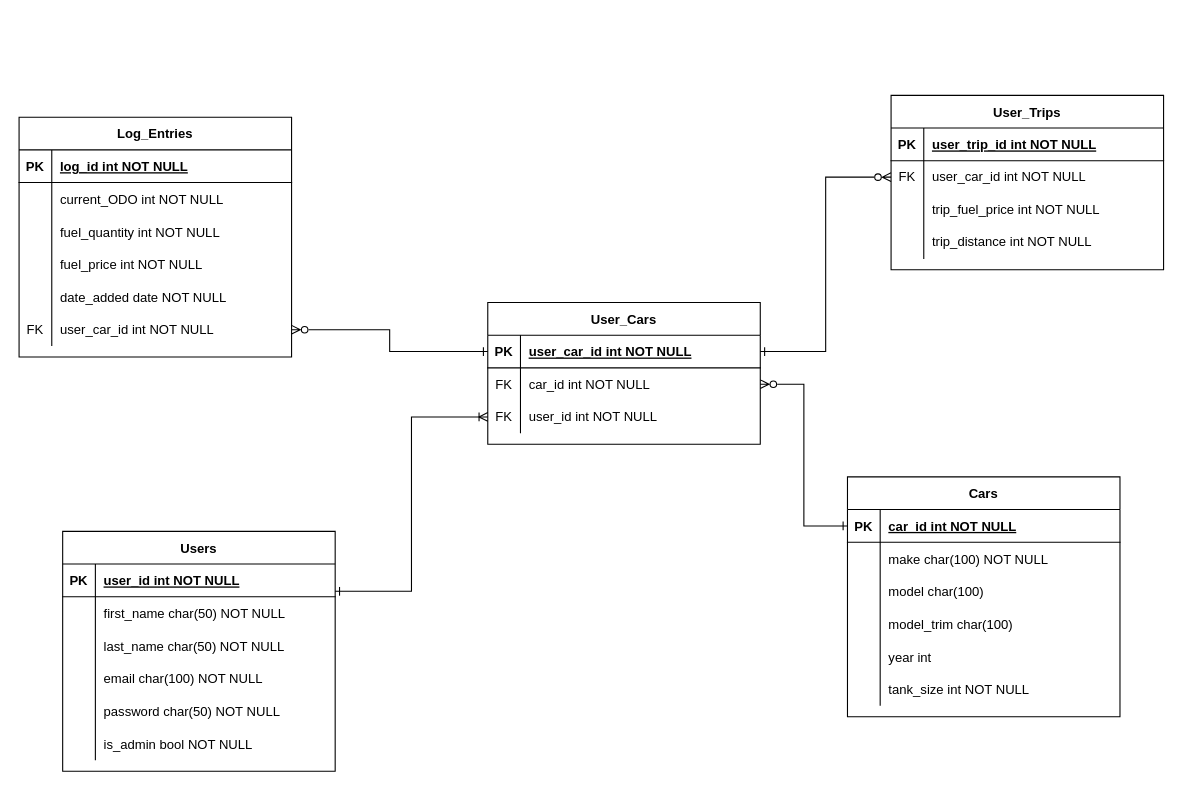
This is Fuel-log-API-ERD.drawio from jordansaker/ERDs, a draw.io file, before an edit. Source tidied: cells renumbered, new cells numbered last; positions are measured from the earlier drawing's top-left corner, leaving out a move shared by most shapes. Both pictures are drawn from the tidied source at 109%, with x=0, y=0 at pixel (19, 95).
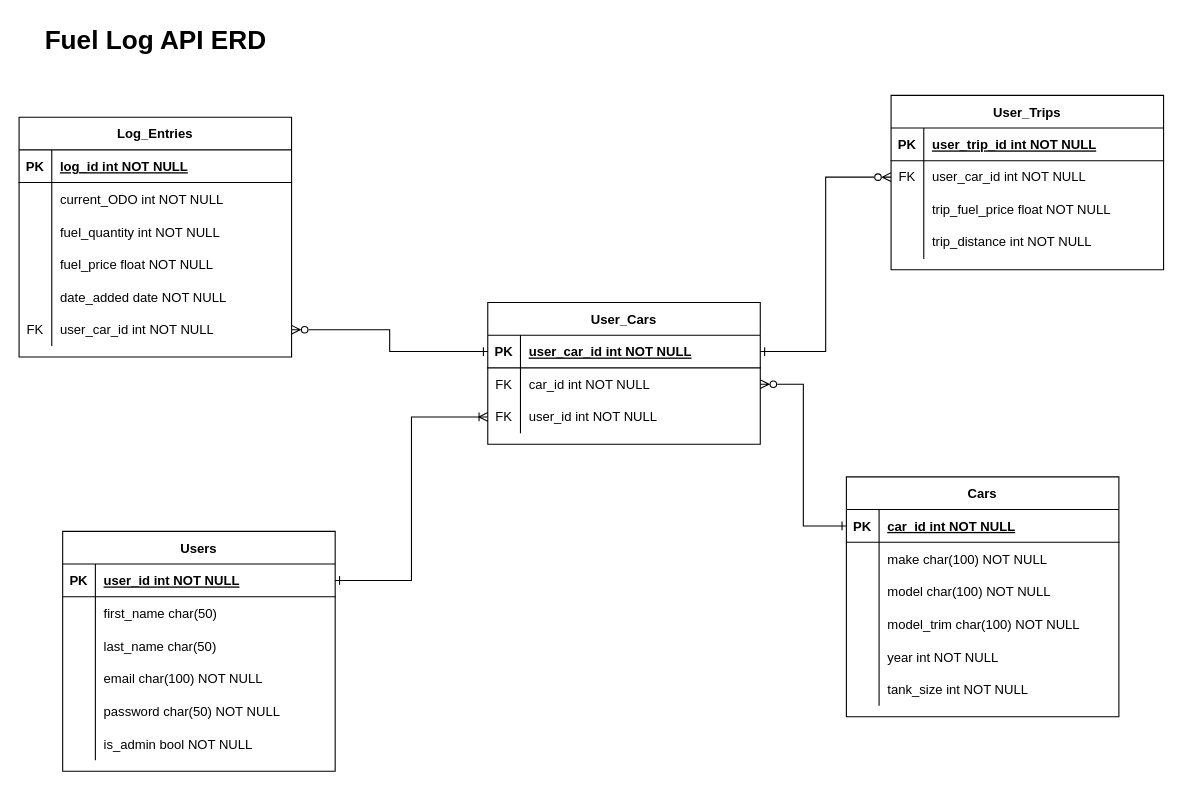
After the change.

The change refers to these unchanged cells:
```xml
<mxCell id="9" style="shape=tableRow;horizontal=0;startSize=0;swimlaneHead=0;swimlaneBody=0;fillColor=none;top=0;left=0;right=0;bottom=0;" parent="2" vertex="1">
  <mxGeometry y="90" width="250" height="30" as="geometry" />
</mxCell>
<mxCell id="12" style="shape=tableRow;horizontal=0;startSize=0;swimlaneHead=0;swimlaneBody=0;fillColor=none;top=0;left=0;right=0;bottom=0;" parent="2" vertex="1">
  <mxGeometry y="120" width="250" height="30" as="geometry" />
</mxCell>
<mxCell id="15" style="shape=tableRow;horizontal=0;startSize=0;swimlaneHead=0;swimlaneBody=0;fillColor=none;top=0;left=0;right=0;bottom=0;" parent="2" vertex="1">
  <mxGeometry y="150" width="250" height="30" as="geometry" />
</mxCell>
<mxCell id="28" style="shape=tableRow;horizontal=0;startSize=0;swimlaneHead=0;swimlaneBody=0;fillColor=none;points=[[0,0.5],[1,0.5]];portConstraint=eastwest;top=0;left=0;right=0;bottom=0;" parent="21" vertex="1">
  <mxGeometry y="90" width="250" height="30" as="geometry" />
</mxCell>
<mxCell id="31" value="Users" style="shape=table;startSize=30;childLayout=tableLayout;rowLines=0;fontStyle=1;align=center;" parent="1" vertex="1">
  <mxGeometry x="40" y="400" width="250" height="220" as="geometry" />
</mxCell>
<mxCell id="32" style="shape=partialRectangle;fillColor=none;points=[[0,0.5],[1,0.5]];portConstraint=eastwest;top=0;left=0;right=0;bottom=1;" parent="31" vertex="1">
  <mxGeometry y="30" width="250" height="30" as="geometry" />
</mxCell>
<mxCell id="35" style="shape=partialRectangle;fillColor=none;top=0;left=0;right=0;bottom=0;" parent="31" vertex="1">
  <mxGeometry y="60" width="250" height="30" as="geometry" />
</mxCell>
<mxCell id="38" style="shape=tableRow;horizontal=0;startSize=0;swimlaneHead=0;swimlaneBody=0;fillColor=none;top=0;left=0;right=0;bottom=0;" parent="31" vertex="1">
  <mxGeometry y="90" width="250" height="30" as="geometry" />
</mxCell>
<mxCell id="60" style="shape=tableRow;horizontal=0;startSize=0;swimlaneHead=0;swimlaneBody=0;fillColor=none;top=0;left=0;right=0;bottom=0;" parent="50" vertex="1">
  <mxGeometry y="120" width="250" height="30" as="geometry" />
</mxCell>
<mxCell id="76" style="shape=tableRow;horizontal=0;startSize=0;swimlaneHead=0;swimlaneBody=0;fillColor=none;top=0;left=0;right=0;bottom=0;" parent="69" vertex="1">
  <mxGeometry y="90" width="250" height="30" as="geometry" />
</mxCell>
```

Diff of the diagram source:
```diff
@@
     <mxCell id="2" value="Cars" style="shape=table;startSize=30;childLayout=tableLayout;rowLines=0;fontStyle=1;align=center;" parent="1" vertex="1">
-      <mxGeometry x="760" y="350" width="250" height="220" as="geometry" />
+      <mxGeometry x="759" y="350" width="250" height="220" as="geometry" />
     </mxCell>
@@
-    <mxCell id="11" value="model char(100)" style="shape=partialRectangle;fillColor=none;top=0;left=0;bottom=0;right=0;align=left;spacingLeft=6;overflow=hidden;" parent="9" vertex="1">
+    <mxCell id="11" value="model char(100) NOT NULL" style="shape=partialRectangle;fillColor=none;top=0;left=0;bottom=0;right=0;align=left;spacingLeft=6;overflow=hidden;" parent="9" vertex="1">
       <mxGeometry x="30" width="220" height="30" as="geometry" />
     </mxCell>
@@
-    <mxCell id="14" value="model_trim char(100)" style="shape=partialRectangle;fillColor=none;top=0;left=0;bottom=0;right=0;align=left;spacingLeft=6;overflow=hidden;" parent="12" vertex="1">
+    <mxCell id="14" value="model_trim char(100) NOT NULL" style="shape=partialRectangle;fillColor=none;top=0;left=0;bottom=0;right=0;align=left;spacingLeft=6;overflow=hidden;" parent="12" vertex="1">
       <mxGeometry x="30" width="220" height="30" as="geometry" />
     </mxCell>
@@
-    <mxCell id="17" value="year int" style="shape=partialRectangle;fillColor=none;top=0;left=0;bottom=0;right=0;align=left;spacingLeft=6;overflow=hidden;" parent="15" vertex="1">
+    <mxCell id="17" value="year int NOT NULL" style="shape=partialRectangle;fillColor=none;top=0;left=0;bottom=0;right=0;align=left;spacingLeft=6;overflow=hidden;" parent="15" vertex="1">
       <mxGeometry x="30" width="220" height="30" as="geometry" />
     </mxCell>
@@
-    <mxCell id="37" value="first_name char(50) NOT NULL" style="shape=partialRectangle;overflow=hidden;fillColor=none;top=0;left=0;bottom=0;right=0;align=left;spacingLeft=6;" parent="35" vertex="1">
+    <mxCell id="37" value="first_name char(50)" style="shape=partialRectangle;overflow=hidden;fillColor=none;top=0;left=0;bottom=0;right=0;align=left;spacingLeft=6;" parent="35" vertex="1">
       <mxGeometry x="30" width="220" height="30" as="geometry" />
     </mxCell>
@@
-    <mxCell id="40" value="last_name char(50) NOT NULL" style="shape=partialRectangle;fillColor=none;top=0;left=0;bottom=0;right=0;align=left;spacingLeft=6;overflow=hidden;" parent="38" vertex="1">
+    <mxCell id="40" value="last_name char(50)" style="shape=partialRectangle;fillColor=none;top=0;left=0;bottom=0;right=0;align=left;spacingLeft=6;overflow=hidden;" parent="38" vertex="1">
       <mxGeometry x="30" width="220" height="30" as="geometry" />
     </mxCell>
@@
-    <mxCell id="62" value="fuel_price int NOT NULL" style="shape=partialRectangle;fillColor=none;top=0;left=0;bottom=0;right=0;align=left;spacingLeft=6;overflow=hidden;" parent="60" vertex="1">
+    <mxCell id="62" value="fuel_price float NOT NULL" style="shape=partialRectangle;fillColor=none;top=0;left=0;bottom=0;right=0;align=left;spacingLeft=6;overflow=hidden;" parent="60" vertex="1">
       <mxGeometry x="30" width="220" height="30" as="geometry" />
     </mxCell>
@@
-    <mxCell id="78" value="trip_fuel_price int NOT NULL" style="shape=partialRectangle;fillColor=none;top=0;left=0;bottom=0;right=0;align=left;spacingLeft=6;fontStyle=0;overflow=hidden;whiteSpace=wrap;html=1;" parent="76" vertex="1">
+    <mxCell id="78" value="trip_fuel_price float NOT NULL" style="shape=partialRectangle;fillColor=none;top=0;left=0;bottom=0;right=0;align=left;spacingLeft=6;fontStyle=0;overflow=hidden;whiteSpace=wrap;html=1;" parent="76" vertex="1">
       <mxGeometry x="30" width="220" height="30" as="geometry" />
     </mxCell>
@@
-    <mxCell id="83" style="edgeStyle=orthogonalEdgeStyle;rounded=0;jettySize=auto;html=1;exitX=0;exitY=0.5;exitDx=0;exitDy=0;entryX=1;entryY=0.25;entryDx=0;entryDy=0;endArrow=ERone;endFill=0;startArrow=ERoneToMany;startFill=0;" parent="1" edge="1" source="28" target="31">
+    <mxCell id="83" style="edgeStyle=orthogonalEdgeStyle;rounded=0;jettySize=auto;html=1;exitX=0;exitY=0.5;exitDx=0;exitDy=0;entryX=1;entryY=0.5;entryDx=0;entryDy=0;endArrow=ERone;endFill=0;startArrow=ERoneToMany;startFill=0;" parent="1" edge="1" source="28" target="32">
       <mxGeometry relative="1" as="geometry" />
     </mxCell>
@@
+    <mxCell id="86" value="Fuel Log API ERD" style="text;strokeColor=none;fillColor=none;html=1;fontSize=24;fontStyle=1;verticalAlign=middle;align=center;" parent="1" vertex="1">
+      <mxGeometry x="75" y="-70" width="100" height="40" as="geometry" />
+    </mxCell>
```
